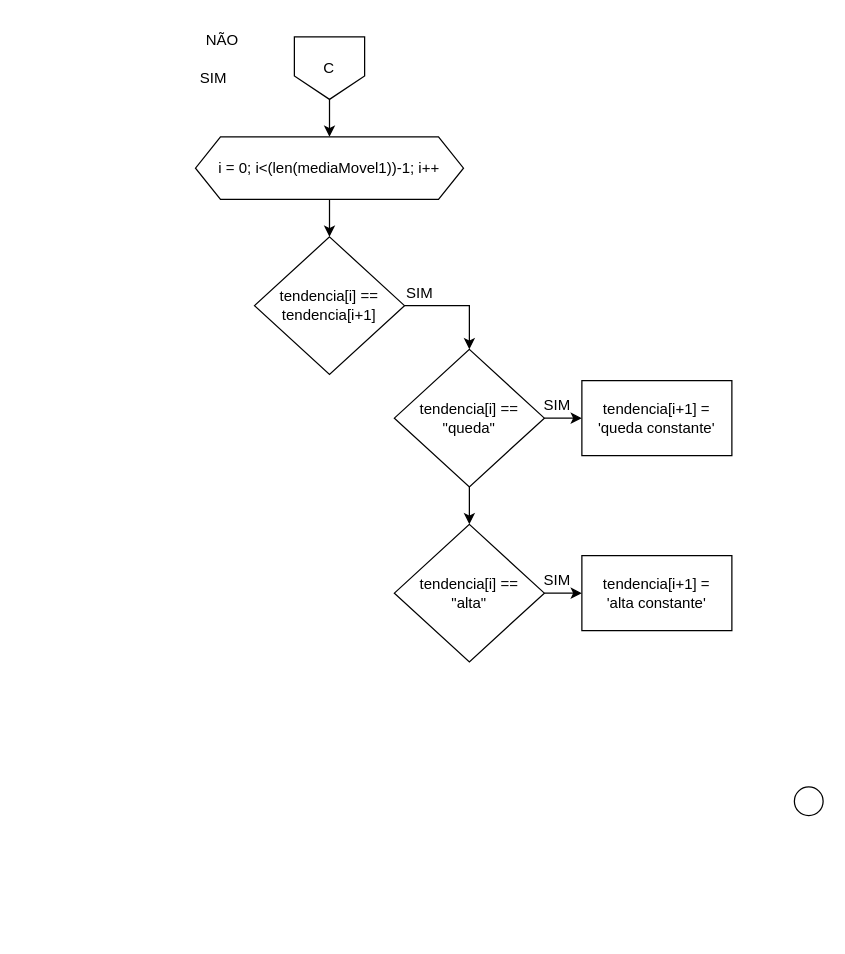
KauanBaiense/moving-average keeps this draw.io diagram as Parte3.drawio. Above is the earlier version. Source tidied: cells renumbered, new cells numbered last; positions are measured from the earlier drawing's top-left corner, leaving out a move shared by most shapes. Both pictures are drawn from the tidied source at 125%, with x=0, y=0 at pixel (188, 21).
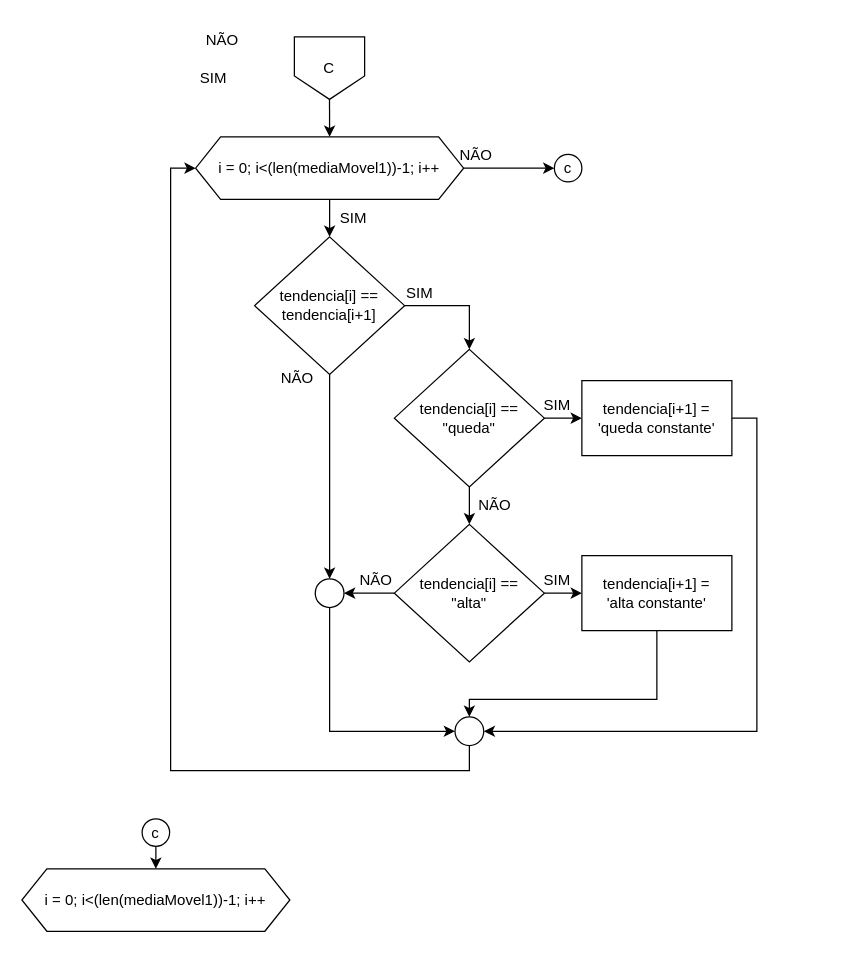
The same page after the edit.

The change refers to these unchanged cells:
```xml
<mxCell id="14" value="tendencia[i+1] = 'queda constante'" style="rounded=0;whiteSpace=wrap;html=1;" parent="1" vertex="1">
  <mxGeometry x="315" y="287" width="120" height="60" as="geometry" />
</mxCell>
<mxCell id="17" value="tendencia[i] == &lt;br&gt;&quot;alta&quot;" style="rhombus;whiteSpace=wrap;html=1;" parent="1" vertex="1">
  <mxGeometry x="165" y="402" width="120" height="110" as="geometry" />
</mxCell>
<mxCell id="18" value="tendencia[i+1] = &lt;br&gt;'alta constante'" style="rounded=0;whiteSpace=wrap;html=1;" parent="1" vertex="1">
  <mxGeometry x="315" y="427" width="120" height="60" as="geometry" />
</mxCell>
```

What changed in the source:
```diff
@@
+    <mxCell id="21" style="edgeStyle=orthogonalEdgeStyle;rounded=0;jettySize=auto;html=1;exitX=0.5;exitY=1;exitDx=0;exitDy=0;entryX=0.5;entryY=0;entryDx=0;entryDy=0;" parent="1" edge="1" source="5" target="28">
+      <mxGeometry relative="1" as="geometry" />
+    </mxCell>
     <mxCell id="5" value="tendencia[i] == tendencia[i+1]" style="rhombus;whiteSpace=wrap;html=1;" parent="1" vertex="1">
-      <mxGeometry x="53.1" y="172" width="120" height="110" as="geometry" />
+      <mxGeometry x="53.2" y="172" width="120" height="110" as="geometry" />
     </mxCell>
@@
+    <mxCell id="22" style="edgeStyle=orthogonalEdgeStyle;rounded=0;jettySize=auto;html=1;exitX=1;exitY=0.5;exitDx=0;exitDy=0;entryX=0;entryY=0.5;entryDx=0;entryDy=0;" parent="1" edge="1" source="7" target="34">
+      <mxGeometry relative="1" as="geometry" />
+    </mxCell>
     <mxCell id="7" value="i = 0; i&amp;lt;(len(mediaMovel1))-1; i++" style="shape=hexagon;perimeter=hexagonPerimeter2;whiteSpace=wrap;html=1;fixedSize=1;" parent="1" vertex="1">
-      <mxGeometry x="5.9" y="92" width="214.4" height="50" as="geometry" />
+      <mxGeometry x="6" y="92" width="214.4" height="50" as="geometry" />
     </mxCell>
@@
     <mxCell id="11" value="NÃO" style="text;html=1;align=center;verticalAlign=middle;strokeColor=none;fillColor=none;" parent="1" vertex="1">
-      <mxGeometry x="2.1" y="-0.5" width="50" height="30" as="geometry" />
+      <mxGeometry x="2.2" y="-0.5" width="50" height="30" as="geometry" />
     </mxCell>
@@
+    <mxCell id="23" style="edgeStyle=orthogonalEdgeStyle;rounded=0;jettySize=auto;html=1;exitX=1;exitY=0.5;exitDx=0;exitDy=0;entryX=1;entryY=0.5;entryDx=0;entryDy=0;" parent="1" edge="1" source="14" target="20">
+      <mxGeometry relative="1" as="geometry" />
+    </mxCell>
@@
+    <mxCell id="24" style="edgeStyle=orthogonalEdgeStyle;rounded=0;jettySize=auto;html=1;exitX=0;exitY=0.5;exitDx=0;exitDy=0;entryX=1;entryY=0.5;entryDx=0;entryDy=0;" parent="1" edge="1" source="17" target="28">
+      <mxGeometry relative="1" as="geometry" />
+    </mxCell>
@@
+    <mxCell id="25" style="edgeStyle=orthogonalEdgeStyle;rounded=0;jettySize=auto;html=1;exitX=0.5;exitY=1;exitDx=0;exitDy=0;entryX=0.5;entryY=0;entryDx=0;entryDy=0;" parent="1" edge="1" source="18" target="20">
+      <mxGeometry relative="1" as="geometry">
+        <Array as="points">
+          <mxPoint x="375" y="542" />
+          <mxPoint x="225" y="542" />
+        </Array>
+      </mxGeometry>
+    </mxCell>
@@
+    <mxCell id="26" style="edgeStyle=orthogonalEdgeStyle;rounded=0;jettySize=auto;html=1;exitX=0.5;exitY=1;exitDx=0;exitDy=0;entryX=0;entryY=0.5;entryDx=0;entryDy=0;" parent="1" edge="1" source="20" target="7">
+      <mxGeometry relative="1" as="geometry" />
+    </mxCell>
     <mxCell id="20" style="ellipse;whiteSpace=wrap;html=1;" parent="1" vertex="1">
-      <mxGeometry x="485" y="612" width="23" height="23" as="geometry" />
+      <mxGeometry x="213.5" y="556" width="23" height="23" as="geometry" />
     </mxCell>
+    <mxCell id="27" style="edgeStyle=orthogonalEdgeStyle;rounded=0;jettySize=auto;html=1;exitX=0.5;exitY=1;exitDx=0;exitDy=0;entryX=0;entryY=0.5;entryDx=0;entryDy=0;" parent="1" edge="1" source="28" target="20">
+      <mxGeometry relative="1" as="geometry" />
+    </mxCell>
+    <mxCell id="28" style="ellipse;whiteSpace=wrap;html=1;" parent="1" vertex="1">
+      <mxGeometry x="101.7" y="445.5" width="23" height="23" as="geometry" />
+    </mxCell>
+    <mxCell id="29" value="NÃO" style="text;html=1;align=center;verticalAlign=middle;strokeColor=none;fillColor=none;" parent="1" vertex="1">
+      <mxGeometry x="61.7" y="269.5" width="50" height="30" as="geometry" />
+    </mxCell>
+    <mxCell id="30" value="NÃO" style="text;html=1;align=center;verticalAlign=middle;strokeColor=none;fillColor=none;" parent="1" vertex="1">
+      <mxGeometry x="220.4" y="372" width="50" height="30" as="geometry" />
+    </mxCell>
+    <mxCell id="31" value="NÃO" style="text;html=1;align=center;verticalAlign=middle;strokeColor=none;fillColor=none;" parent="1" vertex="1">
+      <mxGeometry x="124.7" y="432" width="50" height="30" as="geometry" />
+    </mxCell>
+    <mxCell id="32" value="SIM" style="text;html=1;align=center;verticalAlign=middle;strokeColor=none;fillColor=none;" parent="1" vertex="1">
+      <mxGeometry x="111.7" y="142" width="40" height="30" as="geometry" />
+    </mxCell>
+    <mxCell id="33" value="i = 0; i&amp;lt;(len(mediaMovel1))-1; i++" style="shape=hexagon;perimeter=hexagonPerimeter2;whiteSpace=wrap;html=1;fixedSize=1;" parent="1" vertex="1">
+      <mxGeometry x="-133" y="677.5" width="214.4" height="50" as="geometry" />
+    </mxCell>
+    <mxCell id="34" value="c" style="ellipse;whiteSpace=wrap;html=1;" parent="1" vertex="1">
+      <mxGeometry x="293" y="106" width="22" height="22" as="geometry" />
+    </mxCell>
+    <mxCell id="35" value="NÃO" style="text;html=1;align=center;verticalAlign=middle;strokeColor=none;fillColor=none;" parent="1" vertex="1">
+      <mxGeometry x="205" y="92" width="50" height="30" as="geometry" />
+    </mxCell>
+    <mxCell id="36" style="edgeStyle=orthogonalEdgeStyle;rounded=0;jettySize=auto;html=1;exitX=0.5;exitY=1;exitDx=0;exitDy=0;entryX=0.5;entryY=0;entryDx=0;entryDy=0;" parent="1" edge="1" source="37" target="33">
+      <mxGeometry relative="1" as="geometry" />
+    </mxCell>
+    <mxCell id="37" value="c" style="ellipse;whiteSpace=wrap;html=1;" parent="1" vertex="1">
+      <mxGeometry x="-36.8" y="637.5" width="22" height="22" as="geometry" />
+    </mxCell>
```
